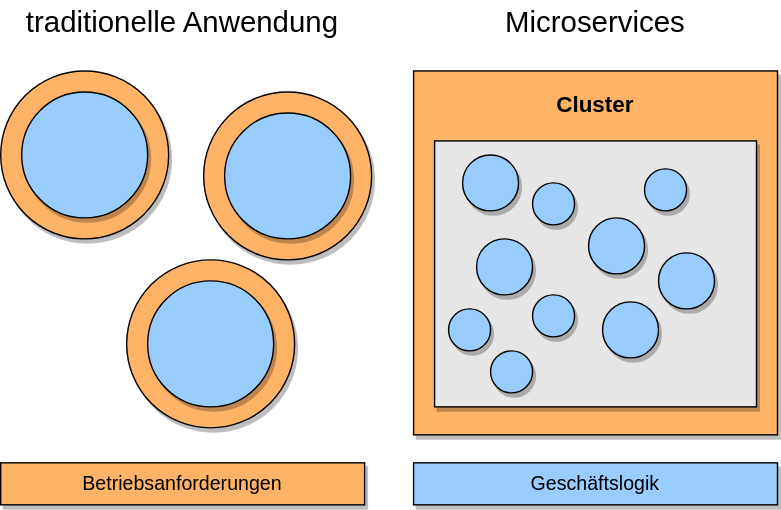
StefanSchade/blog-tech-diagrams keeps this draw.io diagram as series_operational_requirements/diagram-Scen1+2-Scen1+2-Art 1 - 2 Deutsch.drawio.svg. Above is the earlier version. Source tidied: cells renumbered, new cells last; positions are measured from the earlier drawing's top-left corner, leaving out a move shared by most shapes. Its diagram source:
```xml
<mxGraphModel>
  <root>
    <mxCell id="0" />
    <mxCell id="1" parent="0" />
    <mxCell id="2" value="Betriebsanforderungen" style="rounded=0;whiteSpace=wrap;html=1;shadow=1;fontSize=14;strokeColor=default;fillColor=#FFB366;fontColor=default;" parent="1" vertex="1">
      <mxGeometry y="330" width="260" height="30" as="geometry" />
    </mxCell>
    <mxCell id="3" value="Geschäftslogik" style="rounded=0;whiteSpace=wrap;html=1;shadow=1;fontSize=14;strokeColor=default;fillColor=#99CCFF;fontColor=#000000;" parent="1" vertex="1">
      <mxGeometry x="295" y="330" width="260" height="30" as="geometry" />
    </mxCell>
    <mxCell id="4" value="traditionelle Anwendung" style="rounded=0;whiteSpace=wrap;html=1;fillColor=none;strokeColor=none;fontSize=21;shadow=1;" parent="1" vertex="1">
      <mxGeometry width="260" height="30" as="geometry" />
    </mxCell>
    <mxCell id="5" value="Microservices" style="rounded=0;whiteSpace=wrap;html=1;fillColor=none;strokeColor=none;fontSize=21;shadow=1;" parent="1" vertex="1">
      <mxGeometry x="370" width="110" height="30" as="geometry" />
    </mxCell>
    <mxCell id="6" value="&lt;font style=&quot;font-size: 16px&quot;&gt;&lt;b&gt;Cluster&lt;br&gt;&lt;br&gt;&lt;br&gt;&lt;br&gt;&lt;br&gt;&lt;br&gt;&lt;br&gt;&lt;br&gt;&lt;br&gt;&lt;br&gt;&lt;br&gt;&lt;br&gt;&lt;/b&gt;&lt;/font&gt;" style="whiteSpace=wrap;html=1;shadow=1;fontColor=#000000;strokeColor=default;fillColor=#FFB366;" parent="1" vertex="1">
      <mxGeometry x="295" y="50" width="260" height="260" as="geometry" />
    </mxCell>
    <mxCell id="7" style="rounded=0;whiteSpace=wrap;html=1;shadow=1;fontColor=#000000;strokeColor=default;fillColor=#E6E6E6;" parent="1" vertex="1">
      <mxGeometry x="310" y="100" width="230" height="190" as="geometry" />
    </mxCell>
    <mxCell id="8" style="ellipse;whiteSpace=wrap;html=1;shadow=1;fillColor=#FFB366;strokeColor=default;fontColor=default;fontSize=14;" parent="1" vertex="1">
      <mxGeometry x="145" y="65" width="120" height="120" as="geometry" />
    </mxCell>
    <mxCell id="9" value="&lt;div&gt;&lt;br&gt;&lt;/div&gt;" style="ellipse;whiteSpace=wrap;html=1;shadow=1;fillColor=#99CCFF;strokeColor=default;align=center;fontSize=14;fontColor=#000000;" parent="1" vertex="1">
      <mxGeometry x="160" y="80" width="90" height="90" as="geometry" />
    </mxCell>
    <mxCell id="10" style="ellipse;whiteSpace=wrap;html=1;shadow=1;fillColor=#FFB366;strokeColor=default;fontColor=default;fontSize=14;" parent="1" vertex="1">
      <mxGeometry x="90" y="185" width="120" height="120" as="geometry" />
    </mxCell>
    <mxCell id="11" value="&lt;div&gt;&lt;br&gt;&lt;/div&gt;" style="ellipse;whiteSpace=wrap;html=1;shadow=1;fillColor=#99CCFF;strokeColor=default;align=center;fontSize=14;fontColor=#000000;" parent="1" vertex="1">
      <mxGeometry x="105" y="200" width="90" height="90" as="geometry" />
    </mxCell>
    <mxCell id="12" style="ellipse;whiteSpace=wrap;html=1;shadow=1;fillColor=#FFB366;strokeColor=default;fontColor=default;fontSize=14;" parent="1" vertex="1">
      <mxGeometry y="50" width="120" height="120" as="geometry" />
    </mxCell>
    <mxCell id="13" value="&lt;div&gt;&lt;br&gt;&lt;/div&gt;" style="ellipse;whiteSpace=wrap;html=1;shadow=1;fillColor=#99CCFF;strokeColor=default;align=center;fontSize=14;fontColor=#000000;" parent="1" vertex="1">
      <mxGeometry x="15" y="65" width="90" height="90" as="geometry" />
    </mxCell>
    <mxCell id="14" value="&lt;div&gt;&lt;br&gt;&lt;/div&gt;" style="ellipse;whiteSpace=wrap;html=1;shadow=1;fillColor=#99CCFF;strokeColor=default;align=center;fontSize=14;fontColor=#000000;" parent="1" vertex="1">
      <mxGeometry x="330" y="110" width="40" height="40" as="geometry" />
    </mxCell>
    <mxCell id="15" value="&lt;div&gt;&lt;br&gt;&lt;/div&gt;" style="ellipse;whiteSpace=wrap;html=1;shadow=1;fillColor=#99CCFF;strokeColor=default;align=center;fontSize=14;fontColor=#000000;" parent="1" vertex="1">
      <mxGeometry x="340" y="170" width="40" height="40" as="geometry" />
    </mxCell>
    <mxCell id="16" value="&lt;div&gt;&lt;br&gt;&lt;/div&gt;" style="ellipse;whiteSpace=wrap;html=1;shadow=1;fillColor=#99CCFF;strokeColor=default;align=center;fontSize=14;fontColor=#000000;" parent="1" vertex="1">
      <mxGeometry x="380" y="130" width="30" height="30" as="geometry" />
    </mxCell>
    <mxCell id="17" value="&lt;div&gt;&lt;br&gt;&lt;/div&gt;" style="ellipse;whiteSpace=wrap;html=1;shadow=1;fillColor=#99CCFF;strokeColor=default;align=center;fontSize=14;fontColor=#000000;" parent="1" vertex="1">
      <mxGeometry x="320" y="220" width="30" height="30" as="geometry" />
    </mxCell>
    <mxCell id="18" value="&lt;div&gt;&lt;br&gt;&lt;/div&gt;" style="ellipse;whiteSpace=wrap;html=1;shadow=1;fillColor=#99CCFF;strokeColor=default;align=center;fontSize=14;fontColor=#000000;" parent="1" vertex="1">
      <mxGeometry x="350" y="250" width="30" height="30" as="geometry" />
    </mxCell>
    <mxCell id="19" value="&lt;div&gt;&lt;br&gt;&lt;/div&gt;" style="ellipse;whiteSpace=wrap;html=1;shadow=1;fillColor=#99CCFF;strokeColor=default;align=center;fontSize=14;fontColor=#000000;" parent="1" vertex="1">
      <mxGeometry x="380" y="210" width="30" height="30" as="geometry" />
    </mxCell>
    <mxCell id="20" value="&lt;div&gt;&lt;br&gt;&lt;/div&gt;" style="ellipse;whiteSpace=wrap;html=1;shadow=1;fillColor=#99CCFF;strokeColor=default;align=center;fontSize=14;fontColor=#000000;" parent="1" vertex="1">
      <mxGeometry x="420" y="155" width="40" height="40" as="geometry" />
    </mxCell>
    <mxCell id="21" value="&lt;div&gt;&lt;br&gt;&lt;/div&gt;" style="ellipse;whiteSpace=wrap;html=1;shadow=1;fillColor=#99CCFF;strokeColor=default;align=center;fontSize=14;fontColor=#000000;" parent="1" vertex="1">
      <mxGeometry x="430" y="215" width="40" height="40" as="geometry" />
    </mxCell>
    <mxCell id="22" value="&lt;div&gt;&lt;br&gt;&lt;/div&gt;" style="ellipse;whiteSpace=wrap;html=1;shadow=1;fillColor=#99CCFF;strokeColor=default;align=center;fontSize=14;fontColor=#000000;" parent="1" vertex="1">
      <mxGeometry x="470" y="180" width="40" height="40" as="geometry" />
    </mxCell>
    <mxCell id="23" value="&lt;div&gt;&lt;br&gt;&lt;/div&gt;" style="ellipse;whiteSpace=wrap;html=1;shadow=1;fillColor=#99CCFF;strokeColor=default;align=center;fontSize=14;fontColor=#000000;" parent="1" vertex="1">
      <mxGeometry x="460" y="120" width="30" height="30" as="geometry" />
    </mxCell>
  </root>
</mxGraphModel>
```
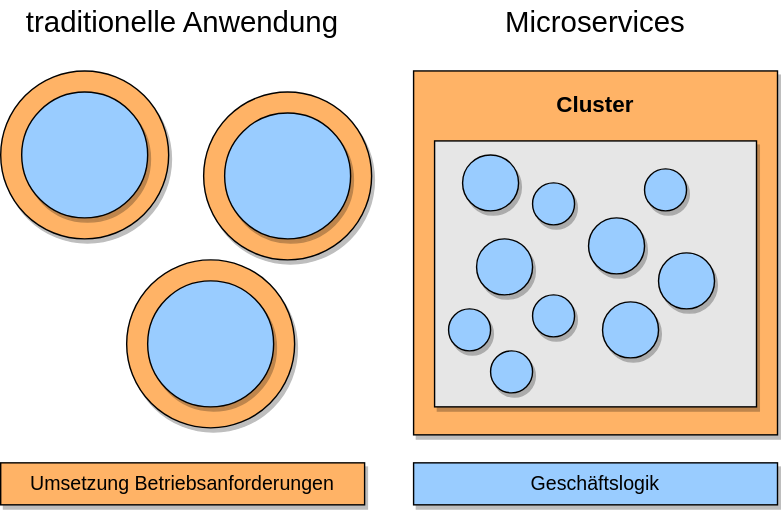
Above is the later version.

Change to the diagram source:
```diff
@@ -2,7 +2,7 @@
   <root>
     <mxCell id="0" />
     <mxCell id="1" parent="0" />
-    <mxCell id="2" value="Betriebsanforderungen" style="rounded=0;whiteSpace=wrap;html=1;shadow=1;fontSize=14;strokeColor=default;fillColor=#FFB366;fontColor=default;" parent="1" vertex="1">
+    <mxCell id="2" value="Umsetzung Betriebsanforderungen" style="rounded=0;whiteSpace=wrap;html=1;shadow=1;fontSize=14;strokeColor=default;fillColor=#FFB366;fontColor=default;" parent="1" vertex="1">
       <mxGeometry y="330" width="260" height="30" as="geometry" />
     </mxCell>
     <mxCell id="3" value="Geschäftslogik" style="rounded=0;whiteSpace=wrap;html=1;shadow=1;fontSize=14;strokeColor=default;fillColor=#99CCFF;fontColor=#000000;" parent="1" vertex="1">
```
